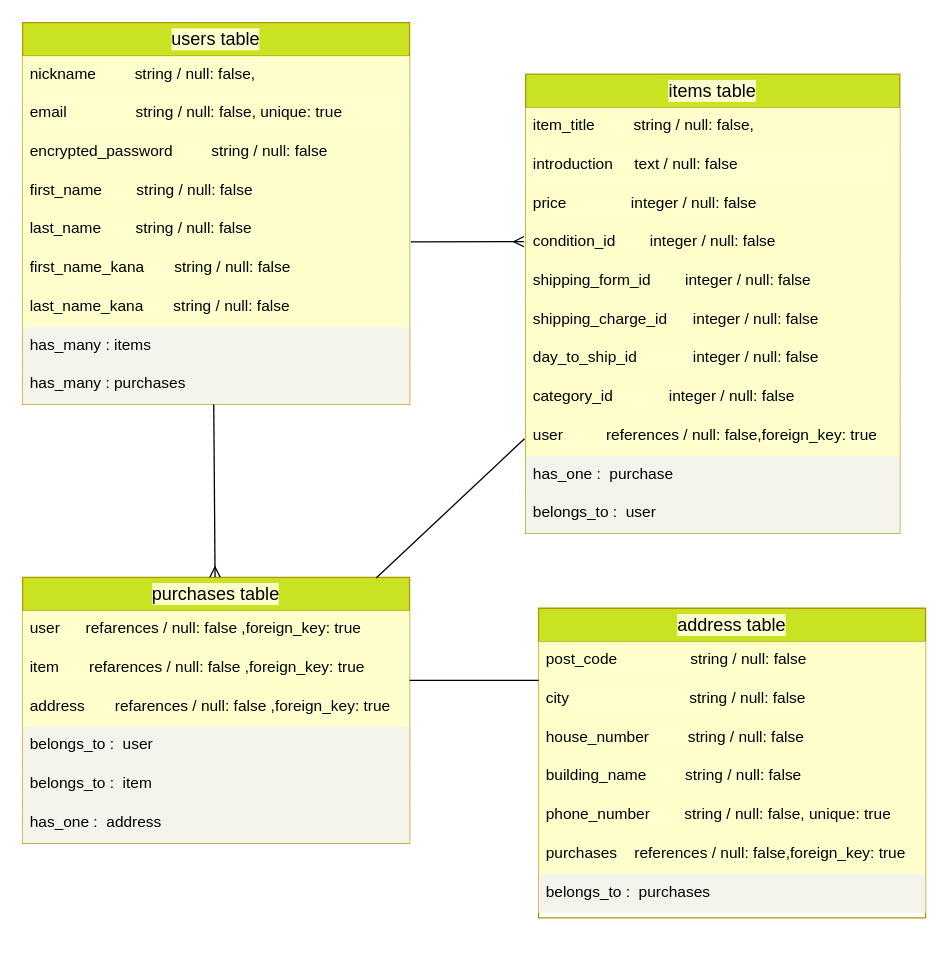
The draw.io diagram README.dio in fujiedaUdonya/furima-38858, before the edit. Source tidied: cells renumbered, new cells numbered last; positions are measured from the earlier drawing's top-left corner, leaving out a move shared by most shapes. Both pictures are drawn from the tidied source at 129%, with x=0, y=0 at pixel (22, 22).
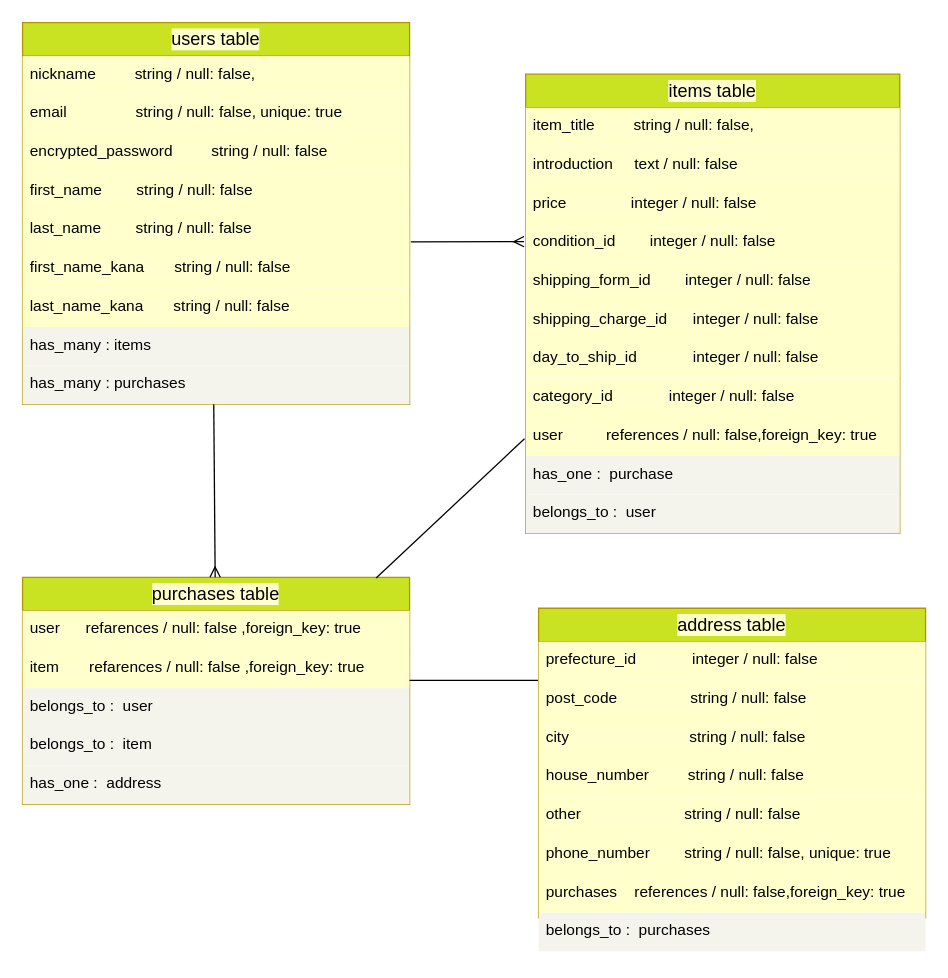
After the change.

Commit message (it also covers changes not shown here):
修正2: ER図とテーブルの作成

The change refers to these unchanged cells:
```xml
<mxCell id="11" value="has_many : purchases" style="text;strokeColor=none;fillColor=#f4f4ec;spacingLeft=4;spacingRight=4;overflow=hidden;points=[[0,0.5],[1,0.5]];portConstraint=eastwest;fontSize=12;labelBackgroundColor=#f4f4ed;labelBorderColor=none;fontColor=#000000;" parent="2" vertex="1">
  <mxGeometry y="266" width="300" height="30" as="geometry" />
</mxCell>
```

Change to the diagram source:
```diff
@@
     <mxCell id="24" value="purchases table" style="swimlane;fontStyle=0;horizontal=1;startSize=26;align=center;fontSize=14;labelBackgroundColor=#feffcc;labelBorderColor=none;strokeColor=#B09500;fontColor=#000000;fillColor=#C9E322;whiteSpace=wrap;" parent="1" vertex="1">
-      <mxGeometry y="430" width="300" height="206" as="geometry" />
+      <mxGeometry y="430" width="300" height="176" as="geometry" />
     </mxCell>
@@
-    <mxCell id="27" value="address       refarences / null: false ,foreign_key: true" style="text;strokeColor=none;fillColor=#FFFFCC;spacingLeft=4;spacingRight=4;overflow=hidden;fontSize=12;labelBackgroundColor=#feffcc;labelBorderColor=none;fontColor=#000000;" parent="24" vertex="1">
-      <mxGeometry y="86" width="300" height="30" as="geometry" />
-    </mxCell>
     <mxCell id="28" value="belongs_to :  user" style="text;strokeColor=none;fillColor=#f4f4ec;spacingLeft=4;spacingRight=4;overflow=hidden;fontSize=12;labelBackgroundColor=#f4f4ed;labelBorderColor=none;fontColor=#000000;" parent="24" vertex="1">
-      <mxGeometry y="116" width="300" height="30" as="geometry" />
+      <mxGeometry y="86" width="300" height="30" as="geometry" />
     </mxCell>
     <mxCell id="29" value="belongs_to :  item" style="text;strokeColor=none;fillColor=#f4f4ec;spacingLeft=4;spacingRight=4;overflow=hidden;fontSize=12;labelBackgroundColor=#f4f4ed;labelBorderColor=none;fontColor=#000000;" parent="24" vertex="1">
-      <mxGeometry y="146" width="300" height="30" as="geometry" />
+      <mxGeometry y="116" width="300" height="30" as="geometry" />
     </mxCell>
     <mxCell id="30" value="has_one :  address" style="text;strokeColor=none;fillColor=#f4f4ec;spacingLeft=4;spacingRight=4;overflow=hidden;fontSize=12;labelBackgroundColor=#f4f4ed;labelBorderColor=none;fontColor=#000000;" parent="24" vertex="1">
-      <mxGeometry y="176" width="300" height="30" as="geometry" />
+      <mxGeometry y="146" width="300" height="30" as="geometry" />
     </mxCell>
-    <mxCell id="31" style="group;" parent="1" vertex="1">
-      <mxGeometry x="400" y="450" width="300" height="240" as="geometry" />
-    </mxCell>
+    <mxCell id="40" style="edgeStyle=none;orthogonalLoop=1;jettySize=auto;html=1;fontSize=19;fontColor=#000000;endArrow=ERmany;endFill=0;jumpSize=11;entryX=-0.008;entryY=0.46;entryDx=0;entryDy=0;entryPerimeter=0;arcSize=40;" parent="1" edge="1">
+      <mxGeometry relative="1" as="geometry">
+        <mxPoint x="301" y="170" as="sourcePoint" />
+        <mxPoint x="388.7" y="169.8" as="targetPoint" />
+      </mxGeometry>
+    </mxCell>
+    <mxCell id="41" style="edgeStyle=none;jettySize=auto;html=1;fontSize=19;fontColor=#000000;endArrow=ERmany;endFill=0;jumpSize=11;arcSize=42;exitX=0.494;exitY=0.993;exitDx=0;exitDy=0;exitPerimeter=0;" parent="1" edge="1" source="11" target="24">
+      <mxGeometry relative="1" as="geometry" />
+    </mxCell>
+    <mxCell id="42" style="edgeStyle=none;orthogonalLoop=1;jettySize=auto;html=1;fontSize=19;fontColor=#000000;endArrow=none;endFill=0;jumpSize=11;entryX=-0.01;entryY=0.553;entryDx=0;entryDy=0;entryPerimeter=0;exitX=0.907;exitY=0.003;exitDx=0;exitDy=0;exitPerimeter=0;" parent="1" edge="1">
+      <mxGeometry relative="1" as="geometry">
+        <mxPoint x="274.1" y="430.6" as="sourcePoint" />
+        <mxPoint x="389.1" y="322.6" as="targetPoint" />
+      </mxGeometry>
+    </mxCell>
+    <mxCell id="43" style="edgeStyle=none;orthogonalLoop=1;jettySize=auto;html=1;fontSize=19;fontColor=#000000;endArrow=none;endFill=0;jumpSize=11;" parent="1" edge="1">
+      <mxGeometry relative="1" as="geometry">
+        <mxPoint x="300" y="510" as="sourcePoint" />
+        <mxPoint x="400" y="510" as="targetPoint" />
+      </mxGeometry>
+    </mxCell>
-    <mxCell id="32" value="address table" style="swimlane;fontStyle=0;horizontal=1;startSize=26;align=center;fontSize=14;labelBackgroundColor=#feffcc;labelBorderColor=none;strokeColor=#B09500;fontColor=#000000;fillColor=#C9E322;whiteSpace=wrap;" parent="31" vertex="1">
-      <mxGeometry y="4" width="300" height="240" as="geometry" />
+    <mxCell id="32" value="address table" style="swimlane;fontStyle=0;horizontal=1;startSize=26;align=center;fontSize=14;labelBackgroundColor=#feffcc;labelBorderColor=none;strokeColor=#B09500;fontColor=#000000;fillColor=#C9E322;whiteSpace=wrap;" parent="1" vertex="1">
+      <mxGeometry x="400" y="454" width="300" height="240" as="geometry" />
     </mxCell>
+    <mxCell id="44" style="group;" parent="1" vertex="1">
+      <mxGeometry x="400" y="480" width="300" height="240" as="geometry" />
+    </mxCell>
-    <mxCell id="33" value="post_code                 string / null: false" style="text;strokeColor=none;fillColor=#FFFFCC;spacingLeft=4;spacingRight=4;overflow=hidden;fontSize=12;labelBackgroundColor=#feffcc;labelBorderColor=none;fontColor=#000000;" parent="31" vertex="1">
+    <mxCell id="33" value="post_code                 string / null: false" style="text;strokeColor=none;fillColor=#FFFFCC;spacingLeft=4;spacingRight=4;overflow=hidden;fontSize=12;labelBackgroundColor=#feffcc;labelBorderColor=none;fontColor=#000000;" parent="44" vertex="1">
       <mxGeometry y="30" width="300" height="30" as="geometry" />
     </mxCell>
-    <mxCell id="34" value="city                            string / null: false" style="text;strokeColor=none;fillColor=#FFFFCC;spacingLeft=4;spacingRight=4;overflow=hidden;fontSize=12;labelBackgroundColor=#feffcc;labelBorderColor=none;fontColor=#000000;" parent="31" vertex="1">
+    <mxCell id="34" value="city                            string / null: false" style="text;strokeColor=none;fillColor=#FFFFCC;spacingLeft=4;spacingRight=4;overflow=hidden;fontSize=12;labelBackgroundColor=#feffcc;labelBorderColor=none;fontColor=#000000;" parent="44" vertex="1">
       <mxGeometry y="60" width="300" height="30" as="geometry" />
     </mxCell>
-    <mxCell id="35" value="house_number         string / null: false" style="text;strokeColor=none;fillColor=#FFFFCC;spacingLeft=4;spacingRight=4;overflow=hidden;fontSize=12;labelBackgroundColor=#feffcc;labelBorderColor=none;fontColor=#000000;" parent="31" vertex="1">
+    <mxCell id="35" value="house_number         string / null: false" style="text;strokeColor=none;fillColor=#FFFFCC;spacingLeft=4;spacingRight=4;overflow=hidden;fontSize=12;labelBackgroundColor=#feffcc;labelBorderColor=none;fontColor=#000000;" parent="44" vertex="1">
       <mxGeometry y="90" width="300" height="30" as="geometry" />
     </mxCell>
-    <mxCell id="36" value="building_name         string / null: false " style="text;strokeColor=none;fillColor=#FFFFCC;spacingLeft=4;spacingRight=4;overflow=hidden;fontSize=12;labelBackgroundColor=#feffcc;labelBorderColor=none;fontColor=#000000;" parent="31" vertex="1">
+    <mxCell id="36" value="other                        string / null: false " style="text;strokeColor=none;fillColor=#FFFFCC;spacingLeft=4;spacingRight=4;overflow=hidden;fontSize=12;labelBackgroundColor=#feffcc;labelBorderColor=none;fontColor=#000000;" parent="44" vertex="1">
       <mxGeometry y="120" width="300" height="30" as="geometry" />
     </mxCell>
-    <mxCell id="37" value="phone_number        string / null: false, unique: true" style="text;strokeColor=none;fillColor=#FFFFCC;spacingLeft=4;spacingRight=4;overflow=hidden;fontSize=12;labelBackgroundColor=#feffcc;labelBorderColor=none;fontColor=#000000;" parent="31" vertex="1">
+    <mxCell id="37" value="phone_number        string / null: false, unique: true" style="text;strokeColor=none;fillColor=#FFFFCC;spacingLeft=4;spacingRight=4;overflow=hidden;fontSize=12;labelBackgroundColor=#feffcc;labelBorderColor=none;fontColor=#000000;" parent="44" vertex="1">
       <mxGeometry y="150" width="300" height="30" as="geometry" />
     </mxCell>
-    <mxCell id="38" value="purchases    references / null: false,foreign_key: true    " style="text;strokeColor=none;fillColor=#FFFFCC;spacingLeft=4;spacingRight=4;overflow=hidden;fontSize=12;labelBackgroundColor=#feffcc;labelBorderColor=none;fontColor=#000000;" parent="31" vertex="1">
+    <mxCell id="38" value="purchases    references / null: false,foreign_key: true    " style="text;strokeColor=none;fillColor=#FFFFCC;spacingLeft=4;spacingRight=4;overflow=hidden;fontSize=12;labelBackgroundColor=#feffcc;labelBorderColor=none;fontColor=#000000;" parent="44" vertex="1">
       <mxGeometry y="180" width="300" height="30" as="geometry" />
     </mxCell>
-    <mxCell id="39" value="belongs_to :  purchases" style="text;strokeColor=none;fillColor=#f4f4ec;spacingLeft=4;spacingRight=4;overflow=hidden;fontSize=12;labelBackgroundColor=#f4f4ed;labelBorderColor=none;fontColor=#000000;" parent="31" vertex="1">
+    <mxCell id="39" value="belongs_to :  purchases" style="text;strokeColor=none;fillColor=#f4f4ec;spacingLeft=4;spacingRight=4;overflow=hidden;fontSize=12;labelBackgroundColor=#f4f4ed;labelBorderColor=none;fontColor=#000000;" parent="44" vertex="1">
       <mxGeometry y="210" width="300" height="30" as="geometry" />
     </mxCell>
-    <mxCell id="40" style="edgeStyle=none;orthogonalLoop=1;jettySize=auto;html=1;fontSize=19;fontColor=#000000;endArrow=ERmany;endFill=0;jumpSize=11;entryX=-0.008;entryY=0.46;entryDx=0;entryDy=0;entryPerimeter=0;arcSize=40;" parent="1" edge="1">
-      <mxGeometry relative="1" as="geometry">
-        <mxPoint x="301" y="170" as="sourcePoint" />
-        <mxPoint x="388.7" y="169.8" as="targetPoint" />
-      </mxGeometry>
-    </mxCell>
-    <mxCell id="41" style="edgeStyle=none;jettySize=auto;html=1;fontSize=19;fontColor=#000000;endArrow=ERmany;endFill=0;jumpSize=11;arcSize=42;exitX=0.494;exitY=0.993;exitDx=0;exitDy=0;exitPerimeter=0;" parent="1" edge="1" source="11" target="24">
-      <mxGeometry relative="1" as="geometry" />
-    </mxCell>
-    <mxCell id="42" style="edgeStyle=none;orthogonalLoop=1;jettySize=auto;html=1;fontSize=19;fontColor=#000000;endArrow=none;endFill=0;jumpSize=11;entryX=-0.01;entryY=0.553;entryDx=0;entryDy=0;entryPerimeter=0;exitX=0.907;exitY=0.003;exitDx=0;exitDy=0;exitPerimeter=0;" parent="1" edge="1">
-      <mxGeometry relative="1" as="geometry">
-        <mxPoint x="274.1" y="430.6" as="sourcePoint" />
-        <mxPoint x="389.1" y="322.6" as="targetPoint" />
-      </mxGeometry>
-    </mxCell>
-    <mxCell id="43" style="edgeStyle=none;orthogonalLoop=1;jettySize=auto;html=1;fontSize=19;fontColor=#000000;endArrow=none;endFill=0;jumpSize=11;" parent="1" edge="1">
-      <mxGeometry relative="1" as="geometry">
-        <mxPoint x="300" y="510" as="sourcePoint" />
-        <mxPoint x="400" y="510" as="targetPoint" />
-      </mxGeometry>
-    </mxCell>
+    <mxCell id="45" value="prefecture_id             integer / null: false" style="text;strokeColor=none;fillColor=#FFFFCC;spacingLeft=4;spacingRight=4;overflow=hidden;fontSize=12;labelBackgroundColor=#feffcc;labelBorderColor=none;fontColor=#000000;" parent="44" vertex="1">
+      <mxGeometry width="300" height="30" as="geometry" />
+    </mxCell>
```
